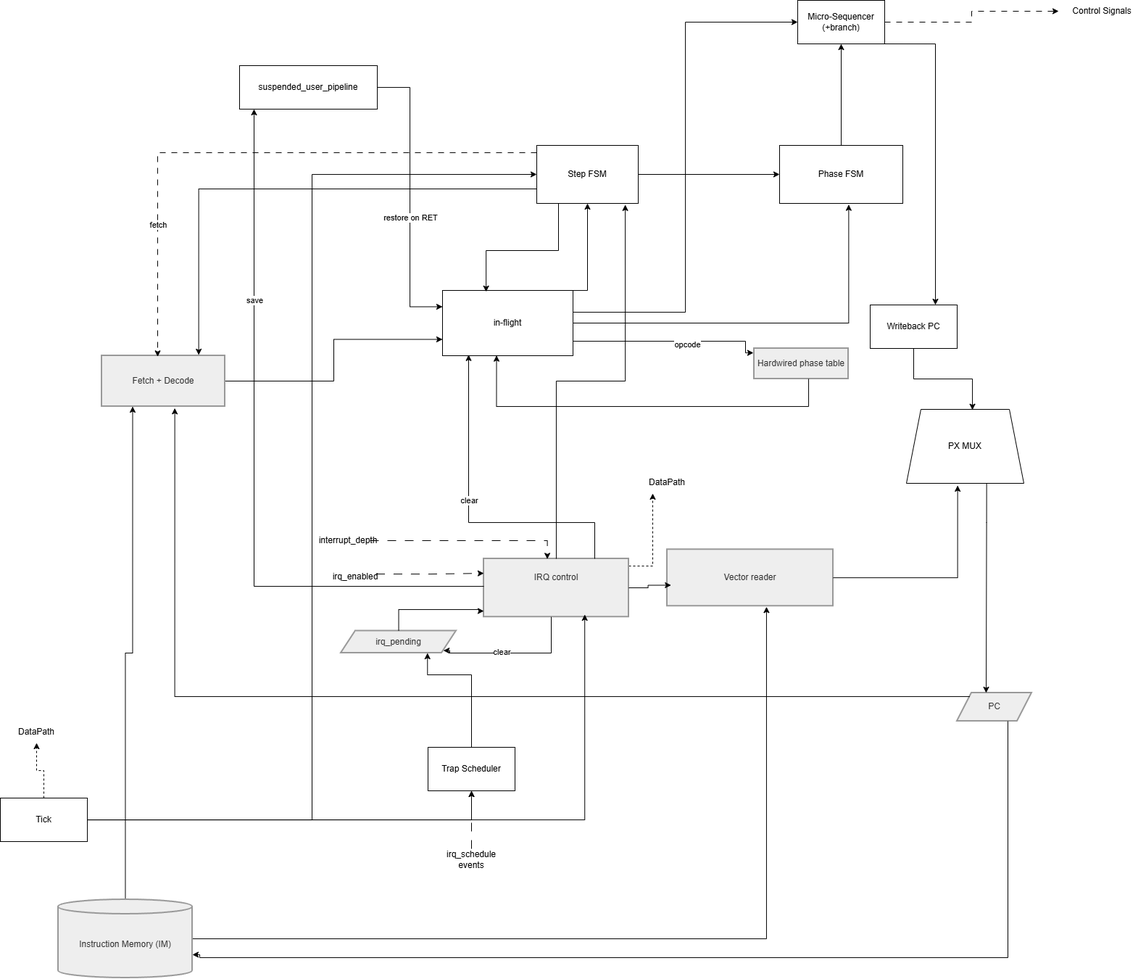
byTheTV/ak-lab4 keeps this draw.io diagram as sceme/control unit.png. Above is the earlier version. Source tidied: cells renumbered, new cells last; positions are measured from the earlier drawing's top-left corner, leaving out a move shared by most shapes.
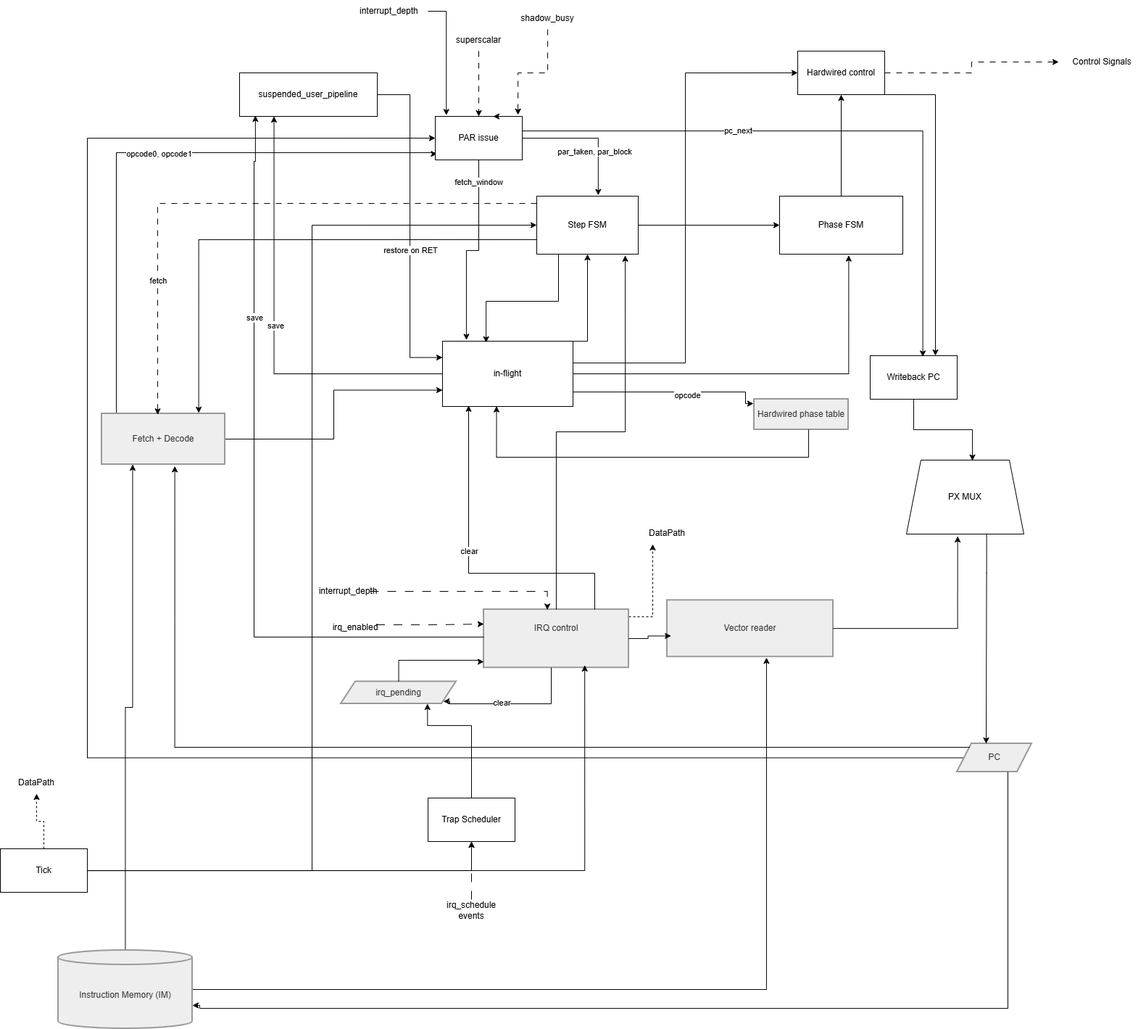
After the commit.

Change to the diagram source:
```diff
@@ -14,15 +14,35 @@
     <mxCell id="5" style="edgeStyle=orthogonalEdgeStyle;rounded=0;jettySize=auto;html=1;entryX=0;entryY=0.75;entryDx=0;entryDy=0;" parent="1" edge="1" source="6" target="31">
       <mxGeometry relative="1" as="geometry" />
     </mxCell>
+    <mxCell id="66" style="edgeStyle=orthogonalEdgeStyle;rounded=0;jettySize=auto;html=1;entryX=0.02;entryY=0.862;entryDx=0;entryDy=0;entryPerimeter=0;" parent="1" edge="1" source="6" target="82">
+      <mxGeometry relative="1" as="geometry">
+        <Array as="points">
+          <mxPoint x="160" y="140" />
+          <mxPoint x="600" y="140" />
+          <mxPoint x="600" y="142" />
+        </Array>
+      </mxGeometry>
+    </mxCell>
+    <mxCell id="67" value="opcode0, opcode1" style="edgeLabel;html=1;align=center;verticalAlign=middle;" parent="66" vertex="1">
+      <mxGeometry x="0.04" y="-1" relative="1" as="geometry" />
+    </mxCell>
     <mxCell id="6" value="Fetch + Decode" style="whiteSpace=wrap;strokeWidth=2;fillColor=light-dark(#eeeeee,#1f2020);strokeColor=light-dark(#999999,#cccccc);fontColor=light-dark(#333333,#cccccc);" parent="1" vertex="1">
-      <mxGeometry x="140" y="490" width="170" height="70" as="geometry" />
+      <mxGeometry x="140" y="500" width="170" height="70" as="geometry" />
     </mxCell>
     <mxCell id="7" value="Hardwired phase table" style="whiteSpace=wrap;strokeWidth=2;fillColor=light-dark(#eeeeee,#1f2020);strokeColor=light-dark(#999999,#cccccc);fontColor=light-dark(#333333,#cccccc);" parent="1" vertex="1">
       <mxGeometry x="1040" y="480" width="130" height="42" as="geometry" />
     </mxCell>
-    <mxCell id="8" style="edgeStyle=orthogonalEdgeStyle;rounded=0;jettySize=auto;html=1;entryX=0;entryY=0.5;entryDx=0;entryDy=0;dashed=1;dashPattern=8 8;exitX=1;exitY=0.5;exitDx=0;exitDy=0;" parent="1" edge="1" source="43" target="17">
-      <mxGeometry relative="1" as="geometry" />
-    </mxCell>
+    <mxCell id="68" style="edgeStyle=orthogonalEdgeStyle;rounded=0;jettySize=auto;html=1;entryX=0;entryY=0.5;entryDx=0;entryDy=0;dashed=1;dashPattern=8 8;exitX=1;exitY=0.5;exitDx=0;exitDy=0;" parent="1" edge="1" source="76" target="17">
+      <mxGeometry relative="1" as="geometry" />
+    </mxCell>
+    <mxCell id="69" style="edgeStyle=orthogonalEdgeStyle;rounded=0;jettySize=auto;html=1;entryX=0;entryY=0.5;entryDx=0;entryDy=0;" parent="1" edge="1" source="9" target="82">
+      <mxGeometry relative="1" as="geometry">
+        <Array as="points">
+          <mxPoint x="120" y="975" />
+          <mxPoint x="120" y="120" />
+        </Array>
+      </mxGeometry>
+    </mxCell>
     <mxCell id="9" value="PC" style="shape=parallelogram;perimeter=parallelogramPerimeter;fixedSize=1;strokeWidth=2;whiteSpace=wrap;fillColor=light-dark(#eeeeee,#1f2020);strokeColor=light-dark(#999999,#cccccc);fontColor=light-dark(#333333,#cccccc);" parent="1" vertex="1">
       <mxGeometry x="1320" y="955" width="103" height="39" as="geometry" />
     </mxCell>
@@ -101,9 +121,9 @@
         </Array>
       </mxGeometry>
     </mxCell>
-    <mxCell id="26" value="clear" style="edgeLabel;html=1;align=center;verticalAlign=middle;" parent="25" vertex="1">
-      <mxGeometry x="0.17" y="-2" relative="1" as="geometry" />
-    </mxCell>
+    <mxCell id="70" value="clear" style="edgeLabel;html=1;align=center;verticalAlign=middle;" parent="25" vertex="1">
+      <mxGeometry x="0.17" y="-2" relative="1" as="geometry" />
+    </mxCell>
     <mxCell id="27" style="edgeStyle=orthogonalEdgeStyle;rounded=0;jettySize=auto;html=1;entryX=0.5;entryY=1;entryDx=0;entryDy=0;" parent="1" edge="1" source="31" target="58">
       <mxGeometry relative="1" as="geometry">
         <Array as="points">
@@ -121,14 +141,22 @@
     <mxCell id="29" value="opcode" style="edgeLabel;html=1;align=center;verticalAlign=middle;" parent="28" vertex="1">
       <mxGeometry x="0.19" y="-4" relative="1" as="geometry" />
     </mxCell>
-    <mxCell id="30" style="edgeStyle=orthogonalEdgeStyle;rounded=0;jettySize=auto;html=1;entryX=0;entryY=0.5;entryDx=0;entryDy=0;" parent="1" edge="1" source="31" target="43">
-      <mxGeometry relative="1" as="geometry">
-        <Array as="points">
-          <mxPoint x="945" y="430" />
-          <mxPoint x="945" y="30" />
-        </Array>
-      </mxGeometry>
-    </mxCell>
+    <mxCell id="71" style="edgeStyle=orthogonalEdgeStyle;rounded=0;jettySize=auto;html=1;entryX=0;entryY=0.5;entryDx=0;entryDy=0;" parent="1" edge="1" source="31" target="76">
+      <mxGeometry relative="1" as="geometry">
+        <Array as="points">
+          <mxPoint x="945" y="430" />
+          <mxPoint x="945" y="30" />
+        </Array>
+      </mxGeometry>
+    </mxCell>
+    <mxCell id="72" style="edgeStyle=orthogonalEdgeStyle;rounded=0;jettySize=auto;html=1;entryX=0.25;entryY=1;entryDx=0;entryDy=0;" parent="1" edge="1" source="31" target="47">
+      <mxGeometry relative="1" as="geometry" />
+    </mxCell>
+    <mxCell id="73" value="save" style="edgeLabel;html=1;align=center;verticalAlign=middle;" parent="72" vertex="1">
+      <mxGeometry x="0.02" y="-1" relative="1" as="geometry">
+        <mxPoint x="1" as="offset" />
+      </mxGeometry>
+    </mxCell>
     <mxCell id="31" value="in-flight" style="rounded=0;whiteSpace=wrap;html=1;" parent="1" vertex="1">
       <mxGeometry x="610" y="400" width="180" height="90" as="geometry" />
     </mxCell>
@@ -140,9 +168,9 @@
         </Array>
       </mxGeometry>
     </mxCell>
-    <mxCell id="33" style="edgeStyle=orthogonalEdgeStyle;rounded=0;jettySize=auto;html=1;entryX=0.5;entryY=1;entryDx=0;entryDy=0;" parent="1" edge="1" source="34" target="43">
-      <mxGeometry relative="1" as="geometry" />
-    </mxCell>
+    <mxCell id="74" style="edgeStyle=orthogonalEdgeStyle;rounded=0;jettySize=auto;html=1;entryX=0.5;entryY=1;entryDx=0;entryDy=0;" parent="1" edge="1" source="34" target="76">
+      <mxGeometry relative="1" as="geometry" />
+    </mxCell>
     <mxCell id="34" value="Phase FSM" style="rounded=0;whiteSpace=wrap;html=1;" parent="1" vertex="1">
       <mxGeometry x="1075" y="200" width="170" height="80" as="geometry" />
     </mxCell>
@@ -177,16 +205,16 @@
     <mxCell id="41" style="edgeStyle=orthogonalEdgeStyle;rounded=0;jettySize=auto;html=1;entryX=0;entryY=0.5;entryDx=0;entryDy=0;" parent="1" edge="1" source="58" target="34">
       <mxGeometry relative="1" as="geometry" />
     </mxCell>
-    <mxCell id="42" style="edgeStyle=orthogonalEdgeStyle;rounded=0;jettySize=auto;html=1;" parent="1" edge="1" source="43" target="44">
-      <mxGeometry relative="1" as="geometry">
-        <Array as="points">
-          <mxPoint x="1290" y="60" />
-        </Array>
-      </mxGeometry>
-    </mxCell>
-    <mxCell id="43" value="Micro-Sequencer&lt;div&gt;(+branch)&lt;/div&gt;" style="rounded=0;whiteSpace=wrap;html=1;" parent="1" vertex="1">
-      <mxGeometry x="1100" width="120" height="60" as="geometry" />
-    </mxCell>
+    <mxCell id="75" style="edgeStyle=orthogonalEdgeStyle;rounded=0;jettySize=auto;html=1;" parent="1" edge="1" source="76" target="44">
+      <mxGeometry relative="1" as="geometry">
+        <Array as="points">
+          <mxPoint x="1290" y="60" />
+        </Array>
+      </mxGeometry>
+    </mxCell>
+    <mxCell id="76" value="Hardwired control" style="rounded=0;whiteSpace=wrap;html=1;" parent="1" vertex="1">
+      <mxGeometry x="1100" width="120" height="60" as="geometry" />
+    </mxCell>
     <mxCell id="44" value="Writeback PC" style="rounded=0;whiteSpace=wrap;html=1;" parent="1" vertex="1">
       <mxGeometry x="1200" y="420" width="120" height="60" as="geometry" />
     </mxCell>
@@ -199,7 +227,7 @@
       </mxGeometry>
     </mxCell>
     <mxCell id="47" value="suspended_user_pipeline" style="rounded=0;whiteSpace=wrap;html=1;" parent="1" vertex="1">
-      <mxGeometry x="330" y="90" width="190" height="60" as="geometry" />
+      <mxGeometry x="330" y="30" width="190" height="60" as="geometry" />
     </mxCell>
     <mxCell id="48" style="edgeStyle=orthogonalEdgeStyle;rounded=0;jettySize=auto;html=1;entryX=1;entryY=0;entryDx=0;entryDy=76;entryPerimeter=0;" parent="1" edge="1" source="9" target="4">
       <mxGeometry relative="1" as="geometry">
@@ -226,14 +254,14 @@
     <mxCell id="52" style="edgeStyle=orthogonalEdgeStyle;rounded=0;jettySize=auto;html=1;entryX=0.562;entryY=0.008;entryDx=0;entryDy=0;entryPerimeter=0;" parent="1" edge="1" source="44" target="15">
       <mxGeometry relative="1" as="geometry" />
     </mxCell>
-    <mxCell id="53" style="edgeStyle=orthogonalEdgeStyle;rounded=0;jettySize=auto;html=1;entryX=0.453;entryY=0.018;entryDx=0;entryDy=0;entryPerimeter=0;dashed=1;dashPattern=8 8;" parent="1" edge="1" source="58" target="6">
-      <mxGeometry relative="1" as="geometry">
-        <Array as="points">
-          <mxPoint x="217" y="210" />
-        </Array>
-      </mxGeometry>
-    </mxCell>
+    <mxCell id="77" style="edgeStyle=orthogonalEdgeStyle;rounded=0;jettySize=auto;html=1;entryX=0.453;entryY=0.018;entryDx=0;entryDy=0;entryPerimeter=0;dashed=1;dashPattern=8 8;" parent="1" edge="1" source="58" target="6">
+      <mxGeometry relative="1" as="geometry">
+        <Array as="points">
+          <mxPoint x="217" y="210" />
+        </Array>
+      </mxGeometry>
+    </mxCell>
-    <mxCell id="54" value="fetch" style="edgeLabel;html=1;align=center;verticalAlign=middle;" parent="53" vertex="1">
+    <mxCell id="54" value="fetch" style="edgeLabel;html=1;align=center;verticalAlign=middle;" parent="77" vertex="1">
       <mxGeometry x="0.55" relative="1" as="geometry" />
     </mxCell>
     <mxCell id="55" style="edgeStyle=orthogonalEdgeStyle;rounded=0;jettySize=auto;html=1;entryX=0.2;entryY=0.986;entryDx=0;entryDy=0;entryPerimeter=0;" parent="1" edge="1" source="12" target="31">
@@ -244,9 +272,9 @@
         </Array>
       </mxGeometry>
     </mxCell>
-    <mxCell id="56" value="clear" style="edgeLabel;html=1;align=center;verticalAlign=middle;" parent="55" vertex="1">
-      <mxGeometry x="0.12" relative="1" as="geometry" />
-    </mxCell>
+    <mxCell id="78" value="clear" style="edgeLabel;html=1;align=center;verticalAlign=middle;" parent="55" vertex="1">
+      <mxGeometry x="0.12" relative="1" as="geometry" />
+    </mxCell>
     <mxCell id="57" style="edgeStyle=orthogonalEdgeStyle;rounded=0;jettySize=auto;html=1;entryX=0.561;entryY=1.02;entryDx=0;entryDy=0;entryPerimeter=0;" parent="1" edge="1" source="31" target="34">
       <mxGeometry relative="1" as="geometry" />
     </mxCell>
@@ -259,18 +287,18 @@
     <mxCell id="60" value="irq_enabled" style="text;html=1;whiteSpace=wrap;strokeColor=none;fillColor=none;align=center;verticalAlign=middle;rounded=0;" parent="1" vertex="1">
       <mxGeometry x="460" y="779.8" width="60" height="30" as="geometry" />
     </mxCell>
-    <mxCell id="61" style="edgeStyle=orthogonalEdgeStyle;rounded=0;jettySize=auto;html=1;" parent="1" edge="1" source="12">
-      <mxGeometry relative="1" as="geometry">
-        <mxPoint x="350" y="150" as="targetPoint" />
-        <Array as="points">
-          <mxPoint x="350" y="808" />
-          <mxPoint x="350" y="152" />
-        </Array>
-      </mxGeometry>
-    </mxCell>
-    <mxCell id="62" value="save" style="edgeLabel;html=1;align=center;verticalAlign=middle;" parent="61" vertex="1">
-      <mxGeometry x="0.46" relative="1" as="geometry" />
-    </mxCell>
+    <mxCell id="79" style="edgeStyle=orthogonalEdgeStyle;rounded=0;jettySize=auto;html=1;entryX=0.115;entryY=0.981;entryDx=0;entryDy=0;entryPerimeter=0;" parent="1" edge="1" source="12" target="47">
+      <mxGeometry relative="1" as="geometry">
+        <Array as="points">
+          <mxPoint x="350" y="808" />
+          <mxPoint x="350" y="152" />
+          <mxPoint x="352" y="152" />
+        </Array>
+      </mxGeometry>
+    </mxCell>
+    <mxCell id="80" value="save" style="edgeLabel;html=1;align=center;verticalAlign=middle;" parent="79" vertex="1">
+      <mxGeometry x="0.46" relative="1" as="geometry" />
+    </mxCell>
     <mxCell id="63" value="DataPath" style="text;html=1;whiteSpace=wrap;strokeColor=none;fillColor=none;align=center;verticalAlign=middle;rounded=0;" parent="1" vertex="1">
       <mxGeometry x="890" y="650" width="60" height="30" as="geometry" />
     </mxCell>
@@ -282,8 +310,54 @@
         </Array>
       </mxGeometry>
     </mxCell>
-    <mxCell id="65" style="edgeStyle=orthogonalEdgeStyle;rounded=0;jettySize=auto;html=1;entryX=0.786;entryY=-0.015;entryDx=0;entryDy=0;entryPerimeter=0;exitX=0;exitY=0.75;exitDx=0;exitDy=0;" parent="1" edge="1" source="58" target="6">
-      <mxGeometry relative="1" as="geometry" />
-    </mxCell>
+    <mxCell id="81" style="edgeStyle=orthogonalEdgeStyle;rounded=0;jettySize=auto;html=1;entryX=0.786;entryY=-0.015;entryDx=0;entryDy=0;entryPerimeter=0;exitX=0;exitY=0.75;exitDx=0;exitDy=0;" parent="1" edge="1" source="58" target="6">
+      <mxGeometry relative="1" as="geometry" />
+    </mxCell>
+    <mxCell id="82" value="PAR issue" style="rounded=0;whiteSpace=wrap;html=1;" parent="1" vertex="1">
+      <mxGeometry x="600" y="90" width="120" height="60" as="geometry" />
+    </mxCell>
+    <mxCell id="83" style="edgeStyle=orthogonalEdgeStyle;rounded=0;jettySize=auto;html=1;entryX=0.5;entryY=0;entryDx=0;entryDy=0;dashed=1;dashPattern=8 8;" parent="1" edge="1" source="84" target="82">
+      <mxGeometry relative="1" as="geometry" />
+    </mxCell>
+    <mxCell id="84" value="superscalar" style="text;html=1;whiteSpace=wrap;strokeColor=none;fillColor=none;align=center;verticalAlign=middle;rounded=0;" parent="1" vertex="1">
+      <mxGeometry x="615" y="-30" width="90" height="30" as="geometry" />
+    </mxCell>
+    <mxCell id="85" value="interrupt_depth" style="text;strokeColor=none;fillColor=none;align=left;verticalAlign=middle;spacingLeft=4;spacingRight=4;overflow=hidden;points=[[0,0.5],[1,0.5]];portConstraint=eastwest;whiteSpace=wrap;html=1;" parent="1" vertex="1">
+      <mxGeometry x="490" y="-70" width="100" height="30" as="geometry" />
+    </mxCell>
+    <mxCell id="86" style="edgeStyle=orthogonalEdgeStyle;rounded=0;jettySize=auto;html=1;entryX=0.127;entryY=-0.027;entryDx=0;entryDy=0;entryPerimeter=0;" parent="1" edge="1" source="85" target="82">
+      <mxGeometry relative="1" as="geometry" />
+    </mxCell>
+    <mxCell id="87" style="edgeStyle=orthogonalEdgeStyle;rounded=0;orthogonalLoop=1;jettySize=auto;html=1;exitX=0.75;exitY=0;exitDx=0;exitDy=0;entryX=0.667;entryY=0.006;entryDx=0;entryDy=0;entryPerimeter=0;" parent="1" edge="1" source="82" target="82">
+      <mxGeometry relative="1" as="geometry" />
+    </mxCell>
+    <mxCell id="88" value="shadow_busy" style="text;html=1;whiteSpace=wrap;strokeColor=none;fillColor=none;align=center;verticalAlign=middle;rounded=0;" parent="1" vertex="1">
+      <mxGeometry x="705" y="-60" width="100" height="30" as="geometry" />
+    </mxCell>
+    <mxCell id="89" style="edgeStyle=orthogonalEdgeStyle;rounded=0;jettySize=auto;html=1;entryX=0.951;entryY=-0.036;entryDx=0;entryDy=0;entryPerimeter=0;dashed=1;dashPattern=8 8;" parent="1" edge="1" source="88" target="82">
+      <mxGeometry relative="1" as="geometry" />
+    </mxCell>
+    <mxCell id="90" style="edgeStyle=orthogonalEdgeStyle;rounded=0;jettySize=auto;html=1;entryX=0.606;entryY=-0.016;entryDx=0;entryDy=0;entryPerimeter=0;" parent="1" edge="1" source="82" target="58">
+      <mxGeometry relative="1" as="geometry" />
+    </mxCell>
+    <mxCell id="91" value="par_taken, par_block" style="edgeLabel;html=1;align=center;verticalAlign=middle;" parent="90" vertex="1">
+      <mxGeometry x="0.35" y="-5" relative="1" as="geometry" />
+    </mxCell>
+    <mxCell id="92" style="edgeStyle=orthogonalEdgeStyle;rounded=0;jettySize=auto;html=1;entryX=0.605;entryY=0.024;entryDx=0;entryDy=0;entryPerimeter=0;" parent="1" edge="1" source="82" target="44">
+      <mxGeometry relative="1" as="geometry">
+        <Array as="points">
+          <mxPoint x="1273" y="110" />
+        </Array>
+      </mxGeometry>
+    </mxCell>
+    <mxCell id="93" value="pc_next" style="edgeLabel;html=1;align=center;verticalAlign=middle;" parent="92" vertex="1">
+      <mxGeometry x="-0.31" y="1" relative="1" as="geometry" />
+    </mxCell>
+    <mxCell id="94" style="edgeStyle=orthogonalEdgeStyle;rounded=0;jettySize=auto;html=1;entryX=0.183;entryY=-0.018;entryDx=0;entryDy=0;entryPerimeter=0;" parent="1" edge="1" source="82" target="31">
+      <mxGeometry relative="1" as="geometry" />
+    </mxCell>
+    <mxCell id="95" value="fetch_window" style="edgeLabel;html=1;align=center;verticalAlign=middle;" parent="94" vertex="1">
+      <mxGeometry x="-0.77" y="-1" relative="1" as="geometry" />
+    </mxCell>
   </root>
 </mxGraphModel>
```
